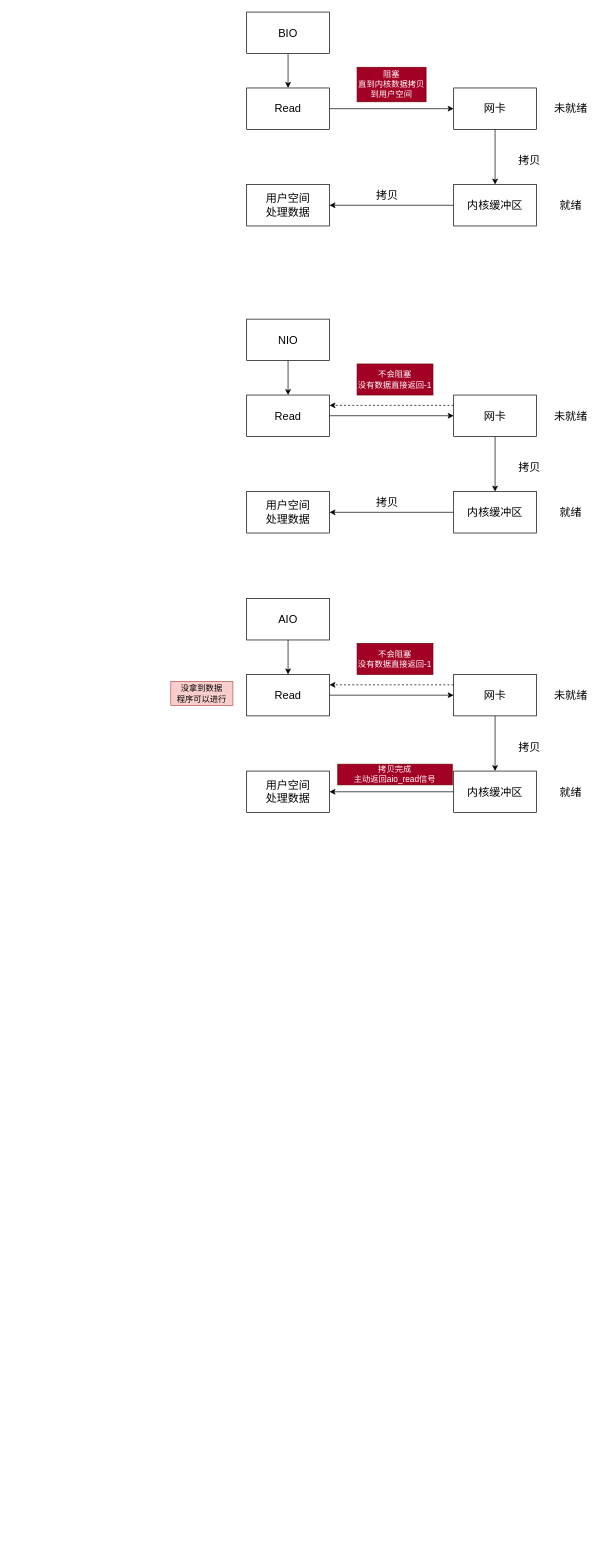
This is Java IO.drawio from 1155200424/diagrams, a draw.io file, before an edit. Source tidied: cells renumbered, new cells numbered last; positions are measured from the earlier drawing's top-left corner, leaving out a move shared by most shapes. Both pictures are drawn from the tidied source at 69%, with x=0, y=0 at pixel (170, 12).
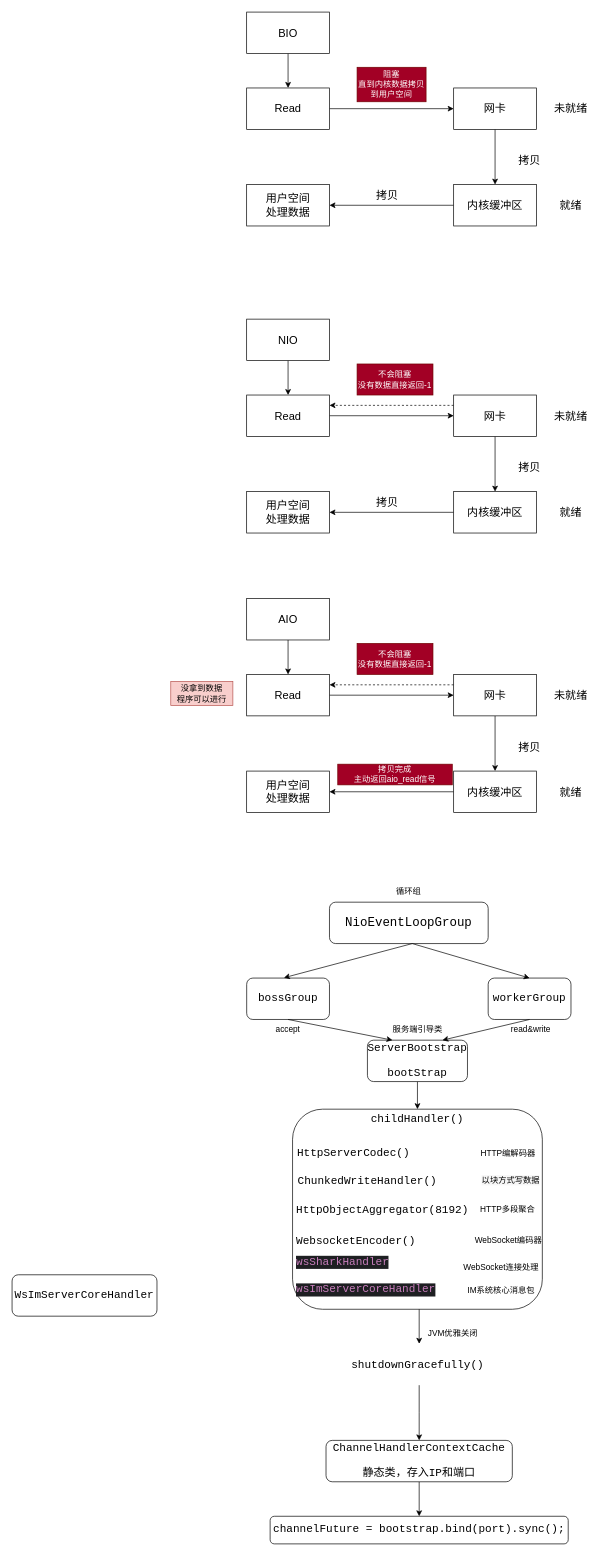
The same page after the edit.

Change to the diagram source:
```diff
@@
+    <mxCell id="47" value="&lt;span style=&quot;font-family: Consolas, monaco, monospace; font-size: 18px; text-align: start; white-space-collapse: preserve;&quot;&gt;NioEventLoopGroup&lt;/span&gt;" style="rounded=1;whiteSpace=wrap;html=1;labelBackgroundColor=none;fontColor=default;" parent="1" vertex="1">
+      <mxGeometry x="230" y="1290" width="230" height="60" as="geometry" />
+    </mxCell>
+    <mxCell id="48" value="循环组" style="text;html=1;align=center;verticalAlign=middle;whiteSpace=wrap;rounded=0;" parent="1" vertex="1">
+      <mxGeometry x="315" y="1260" width="60" height="30" as="geometry" />
+    </mxCell>
+    <mxCell id="49" value="&lt;div style=&quot;&quot;&gt;&lt;pre style=&quot;font-family:'JetBrains Mono',monospace;font-size:12.0pt;&quot;&gt;bossGroup&lt;/pre&gt;&lt;/div&gt;" style="rounded=1;whiteSpace=wrap;html=1;labelBackgroundColor=none;fontColor=default;" parent="1" vertex="1">
+      <mxGeometry x="110" y="1400" width="120" height="60" as="geometry" />
+    </mxCell>
+    <mxCell id="50" value="&lt;div style=&quot;&quot;&gt;&lt;pre style=&quot;font-family:'JetBrains Mono',monospace;font-size:12.0pt;&quot;&gt;workerGroup&lt;/pre&gt;&lt;/div&gt;" style="rounded=1;whiteSpace=wrap;html=1;fontColor=default;labelBackgroundColor=none;" parent="1" vertex="1">
+      <mxGeometry x="460" y="1400" width="120" height="60" as="geometry" />
+    </mxCell>
+    <mxCell id="51" style="endArrow=classic;html=1;rounded=0;entryX=0.45;entryY=-0.008;entryDx=0;entryDy=0;entryPerimeter=0;" parent="1" edge="1" target="49">
+      <mxGeometry relative="1" as="geometry">
+        <mxPoint x="350" y="1350" as="sourcePoint" />
+      </mxGeometry>
+    </mxCell>
+    <mxCell id="52" style="endArrow=classic;html=1;rounded=0;entryX=0.5;entryY=0;entryDx=0;entryDy=0;" parent="1" edge="1" target="50">
+      <mxGeometry relative="1" as="geometry">
+        <mxPoint x="350" y="1350" as="sourcePoint" />
+      </mxGeometry>
+    </mxCell>
+    <mxCell id="53" value="accept" style="text;html=1;align=center;verticalAlign=middle;whiteSpace=wrap;rounded=0;" parent="1" vertex="1">
+      <mxGeometry x="140" y="1460" width="60" height="30" as="geometry" />
+    </mxCell>
+    <mxCell id="54" value="read&amp;amp;write" style="text;html=1;align=center;verticalAlign=middle;whiteSpace=wrap;rounded=0;" parent="1" vertex="1">
+      <mxGeometry x="492" y="1460" width="60" height="30" as="geometry" />
+    </mxCell>
+    <mxCell id="55" style="edgeStyle=orthogonalEdgeStyle;rounded=0;jettySize=auto;html=1;exitX=0.5;exitY=1;exitDx=0;exitDy=0;" parent="1" edge="1" source="56" target="60">
+      <mxGeometry relative="1" as="geometry" />
+    </mxCell>
+    <mxCell id="56" value="&lt;div style=&quot;&quot;&gt;&lt;pre style=&quot;font-family:'JetBrains Mono',monospace;font-size:12.0pt;&quot;&gt;ServerBootstrap&lt;/pre&gt;&lt;pre style=&quot;font-family:'JetBrains Mono',monospace;font-size:12.0pt;&quot;&gt;bootStrap&lt;/pre&gt;&lt;/div&gt;" style="rounded=1;whiteSpace=wrap;html=1;fontColor=default;labelBackgroundColor=none;" parent="1" vertex="1">
+      <mxGeometry x="285" y="1490" width="145" height="60" as="geometry" />
+    </mxCell>
+    <mxCell id="57" style="endArrow=classic;html=1;rounded=0;entryX=0.25;entryY=0;entryDx=0;entryDy=0;" parent="1" edge="1" target="56">
+      <mxGeometry relative="1" as="geometry">
+        <mxPoint x="170" y="1460" as="sourcePoint" />
+      </mxGeometry>
+    </mxCell>
+    <mxCell id="58" style="endArrow=classic;html=1;rounded=0;entryX=0.75;entryY=0;entryDx=0;entryDy=0;" parent="1" edge="1" target="56">
+      <mxGeometry relative="1" as="geometry">
+        <mxPoint x="520" y="1460" as="sourcePoint" />
+      </mxGeometry>
+    </mxCell>
+    <mxCell id="59" value="服务端引导类" style="text;html=1;align=center;verticalAlign=middle;whiteSpace=wrap;rounded=0;" parent="1" vertex="1">
+      <mxGeometry x="316.5" y="1460" width="82" height="30" as="geometry" />
+    </mxCell>
+    <mxCell id="60" style="rounded=1;whiteSpace=wrap;html=1;" parent="1" vertex="1">
+      <mxGeometry x="176.5" y="1590" width="362" height="290" as="geometry" />
+    </mxCell>
+    <mxCell id="61" value="&lt;div style=&quot;&quot;&gt;&lt;pre style=&quot;font-family:'JetBrains Mono',monospace;font-size:12.0pt;&quot;&gt;childHandler()&lt;/pre&gt;&lt;/div&gt;" style="text;html=1;align=center;verticalAlign=middle;whiteSpace=wrap;rounded=0;fontColor=default;labelBackgroundColor=none;" parent="1" vertex="1">
+      <mxGeometry x="288" y="1590" width="139" height="30" as="geometry" />
+    </mxCell>
+    <mxCell id="62" value="&lt;div style=&quot;&quot;&gt;&lt;pre style=&quot;font-family:'JetBrains Mono',monospace;font-size:12.0pt;&quot;&gt;HttpServerCodec()&lt;/pre&gt;&lt;/div&gt;" style="text;html=1;align=center;verticalAlign=middle;whiteSpace=wrap;rounded=0;fontColor=default;labelBackgroundColor=none;" parent="1" vertex="1">
+      <mxGeometry x="180" y="1640" width="170" height="30" as="geometry" />
+    </mxCell>
+    <mxCell id="63" value="&lt;div style=&quot;&quot;&gt;&lt;pre style=&quot;font-family:'JetBrains Mono',monospace;font-size:12.0pt;&quot;&gt;ChunkedWriteHandler()&lt;/pre&gt;&lt;/div&gt;" style="text;html=1;align=center;verticalAlign=middle;whiteSpace=wrap;rounded=0;fontColor=default;labelBackgroundColor=none;" parent="1" vertex="1">
+      <mxGeometry x="180" y="1680" width="210" height="30" as="geometry" />
+    </mxCell>
+    <mxCell id="64" value="&lt;div style=&quot;&quot;&gt;&lt;pre style=&quot;font-family:'JetBrains Mono',monospace;font-size:12.0pt;&quot;&gt;HttpObjectAggregator(&lt;span style=&quot;&quot;&gt;8192&lt;/span&gt;)&lt;/pre&gt;&lt;/div&gt;" style="text;whiteSpace=wrap;html=1;fontColor=default;labelBackgroundColor=none;" parent="1" vertex="1">
+      <mxGeometry x="180" y="1705" width="280" height="60" as="geometry" />
+    </mxCell>
+    <mxCell id="65" value="&lt;div style=&quot;&quot;&gt;&lt;pre style=&quot;font-family:'JetBrains Mono',monospace;font-size:12.0pt;&quot;&gt;WebsocketEncoder()&lt;/pre&gt;&lt;/div&gt;" style="text;whiteSpace=wrap;html=1;fontColor=default;labelBackgroundColor=none;" parent="1" vertex="1">
+      <mxGeometry x="180" y="1750" width="180" height="60" as="geometry" />
+    </mxCell>
+    <mxCell id="66" value="&lt;div style=&quot;background-color:#1e1f22;color:#bcbec4&quot;&gt;&lt;pre style=&quot;font-family:'JetBrains Mono',monospace;font-size:12.0pt;&quot;&gt;&lt;span style=&quot;color:#c77dbb;&quot;&gt;wsSharkHandler&lt;/span&gt;&lt;/pre&gt;&lt;/div&gt;" style="text;whiteSpace=wrap;html=1;" parent="1" vertex="1">
+      <mxGeometry x="180" y="1780" width="170" height="60" as="geometry" />
+    </mxCell>
+    <mxCell id="67" style="edgeStyle=orthogonalEdgeStyle;rounded=0;jettySize=auto;html=1;exitX=0.75;exitY=1;exitDx=0;exitDy=0;entryX=0.5;entryY=0;entryDx=0;entryDy=0;" parent="1" edge="1" source="68" target="74">
+      <mxGeometry relative="1" as="geometry" />
+    </mxCell>
+    <mxCell id="68" value="&lt;div style=&quot;background-color:#1e1f22;color:#bcbec4&quot;&gt;&lt;pre style=&quot;font-family:'JetBrains Mono',monospace;font-size:12.0pt;&quot;&gt;&lt;span style=&quot;color:#c77dbb;&quot;&gt;wsImServerCoreHandler&lt;/span&gt;&lt;/pre&gt;&lt;/div&gt;" style="text;whiteSpace=wrap;html=1;" parent="1" vertex="1">
+      <mxGeometry x="180" y="1820" width="240" height="60" as="geometry" />
+    </mxCell>
+    <mxCell id="69" value="HTTP编解码器" style="text;html=1;align=center;verticalAlign=middle;whiteSpace=wrap;rounded=0;" parent="1" vertex="1">
+      <mxGeometry x="438.5" y="1640" width="100" height="30" as="geometry" />
+    </mxCell>
+    <mxCell id="70" value="&lt;span style=&quot;color: rgb(0, 0, 0); font-family: -apple-system, system-ui, &amp;quot;system-ui&amp;quot;, &amp;quot;Segoe UI&amp;quot;, Roboto, Oxygen-Sans, Ubuntu, Cantarell, &amp;quot;Helvetica Neue&amp;quot;, sans-serif; font-style: normal; font-variant-ligatures: normal; font-variant-caps: normal; font-weight: 400; letter-spacing: normal; orphans: 2; text-align: start; text-indent: 0px; text-transform: none; widows: 2; word-spacing: 0px; -webkit-text-stroke-width: 0px; white-space: normal; background-color: rgb(247, 247, 247); text-decoration-thickness: initial; text-decoration-style: initial; text-decoration-color: initial; float: none; display: inline !important;&quot;&gt;&lt;font style=&quot;font-size: 12px;&quot;&gt;以块方式写数据&lt;/font&gt;&lt;/span&gt;" style="text;whiteSpace=wrap;html=1;" parent="1" vertex="1">
+      <mxGeometry x="448.5" y="1680" width="90" height="30" as="geometry" />
+    </mxCell>
+    <mxCell id="71" value="HTTP多段聚合" style="text;html=1;align=center;verticalAlign=middle;whiteSpace=wrap;rounded=0;" parent="1" vertex="1">
+      <mxGeometry x="443" y="1720" width="91" height="30" as="geometry" />
+    </mxCell>
+    <mxCell id="72" value="WebSocket编码器" style="text;html=1;align=center;verticalAlign=middle;whiteSpace=wrap;rounded=0;" parent="1" vertex="1">
+      <mxGeometry x="438.5" y="1765" width="101" height="30" as="geometry" />
+    </mxCell>
+    <mxCell id="73" style="edgeStyle=orthogonalEdgeStyle;rounded=0;jettySize=auto;html=1;exitX=0.5;exitY=1;exitDx=0;exitDy=0;" parent="1" edge="1" source="74">
+      <mxGeometry relative="1" as="geometry">
+        <mxPoint x="360" y="2070" as="targetPoint" />
+      </mxGeometry>
+    </mxCell>
+    <mxCell id="74" value="&lt;div style=&quot;&quot;&gt;&lt;pre style=&quot;font-family:'JetBrains Mono',monospace;font-size:12.0pt;&quot;&gt;shutdownGracefully()&lt;/pre&gt;&lt;/div&gt;" style="text;whiteSpace=wrap;html=1;fontColor=default;labelBackgroundColor=none;" parent="1" vertex="1">
+      <mxGeometry x="260" y="1930" width="200" height="60" as="geometry" />
+    </mxCell>
+    <mxCell id="75" value="JVM优雅关闭" style="text;html=1;align=center;verticalAlign=middle;whiteSpace=wrap;rounded=0;" parent="1" vertex="1">
+      <mxGeometry x="368.5" y="1900" width="80" height="30" as="geometry" />
+    </mxCell>
+    <mxCell id="76" style="edgeStyle=orthogonalEdgeStyle;rounded=0;jettySize=auto;html=1;exitX=0.5;exitY=1;exitDx=0;exitDy=0;entryX=0.5;entryY=0;entryDx=0;entryDy=0;" parent="1" edge="1" source="77" target="78">
+      <mxGeometry relative="1" as="geometry" />
+    </mxCell>
+    <mxCell id="77" value="&lt;div style=&quot;&quot;&gt;&lt;pre style=&quot;font-family:'JetBrains Mono',monospace;font-size:12.0pt;&quot;&gt;ChannelHandlerContextCache&lt;/pre&gt;&lt;pre style=&quot;font-family:'JetBrains Mono',monospace;font-size:12.0pt;&quot;&gt;静态类，存入IP和端口&lt;/pre&gt;&lt;/div&gt;" style="rounded=1;whiteSpace=wrap;html=1;fontColor=default;labelBackgroundColor=none;" parent="1" vertex="1">
+      <mxGeometry x="225" y="2070" width="270" height="60" as="geometry" />
+    </mxCell>
+    <mxCell id="78" value="&lt;div style=&quot;&quot;&gt;&lt;pre style=&quot;font-family:'JetBrains Mono',monospace;font-size:12.0pt;&quot;&gt;channelFuture = bootstrap.bind(&lt;span style=&quot;&quot;&gt;port&lt;/span&gt;).sync();&lt;/pre&gt;&lt;/div&gt;" style="rounded=1;whiteSpace=wrap;html=1;fillColor=default;fontColor=default;labelBackgroundColor=none;" parent="1" vertex="1">
+      <mxGeometry x="144" y="2180" width="432" height="40" as="geometry" />
+    </mxCell>
+    <mxCell id="79" value="IM系统核心消息包" style="text;html=1;align=center;verticalAlign=middle;whiteSpace=wrap;rounded=0;" parent="1" vertex="1">
+      <mxGeometry x="424" y="1840" width="110" height="25" as="geometry" />
+    </mxCell>
+    <mxCell id="80" value="WebSocket连接处理" style="text;html=1;align=center;verticalAlign=middle;whiteSpace=wrap;rounded=0;" parent="1" vertex="1">
+      <mxGeometry x="414" y="1810" width="130" height="20" as="geometry" />
+    </mxCell>
+    <mxCell id="81" value="&lt;div style=&quot;&quot;&gt;&lt;pre style=&quot;font-family:'JetBrains Mono',monospace;font-size:12.0pt;&quot;&gt;WsImServerCoreHandler&lt;/pre&gt;&lt;/div&gt;" style="rounded=1;whiteSpace=wrap;html=1;fontColor=default;labelBackgroundColor=none;" parent="1" vertex="1">
+      <mxGeometry x="-230" y="1830" width="210" height="60" as="geometry" />
+    </mxCell>
```
